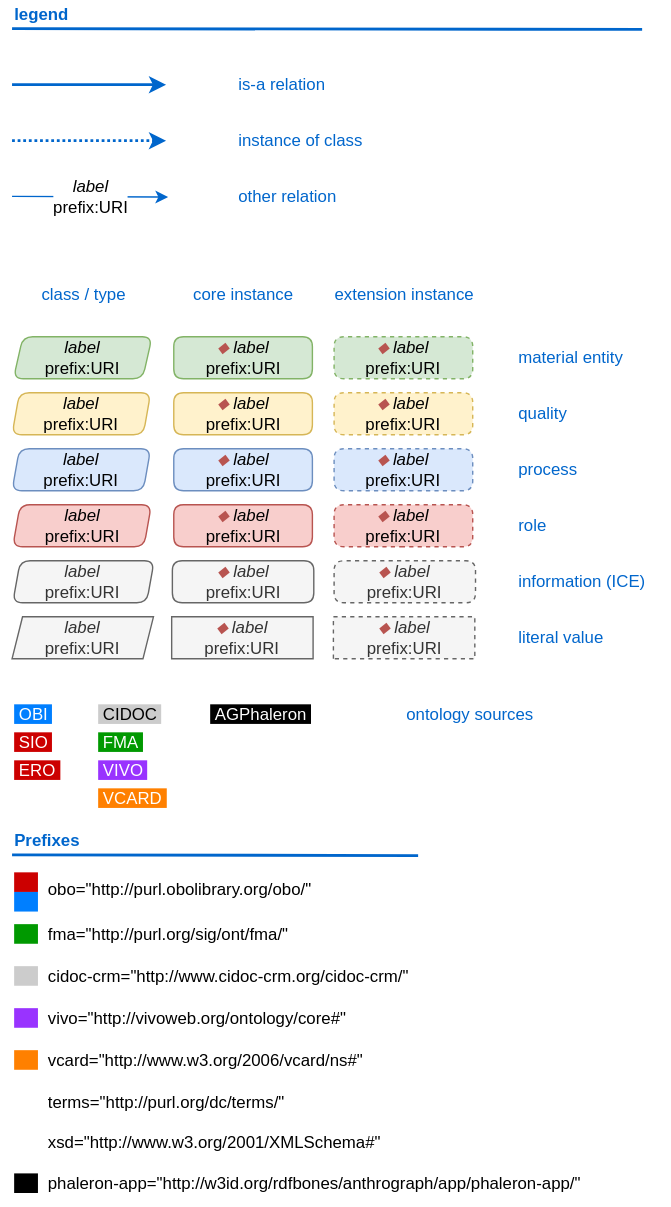
RDFBones/RDFBonesGraphics keeps this draw.io diagram as NetworkGraphics/NetworkGraphLegend.svg. Above is the earlier version. Source tidied: cells renumbered, new cells last; positions are measured from the earlier drawing's top-left corner, leaving out a move shared by most shapes.
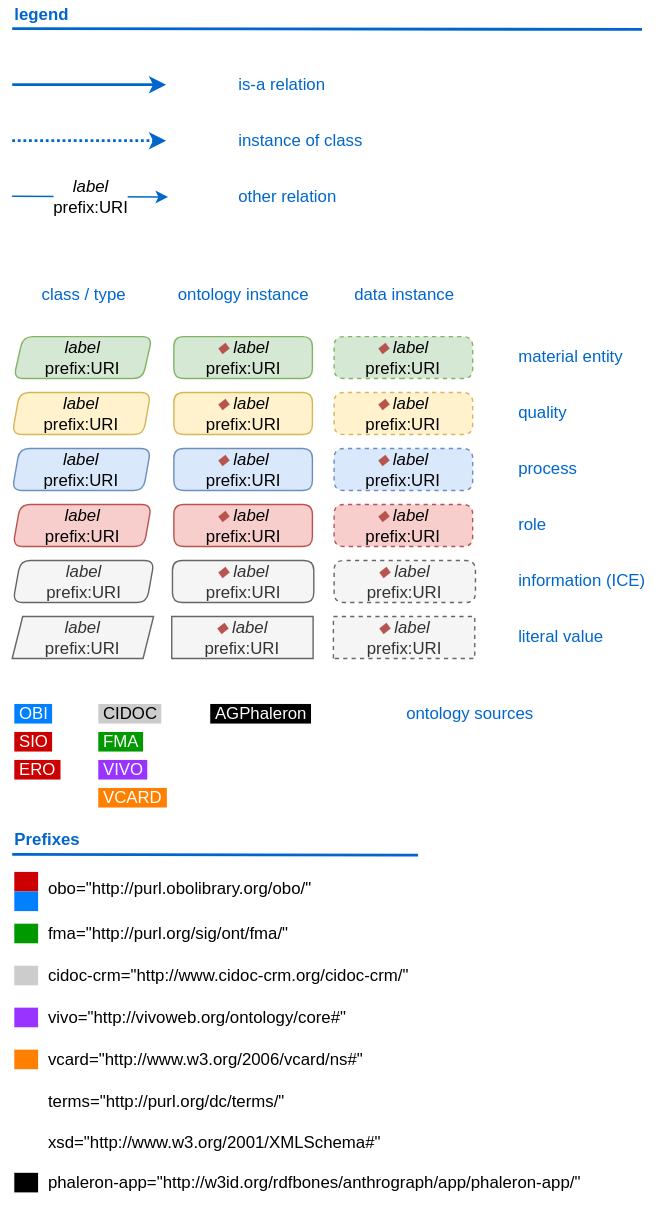
After the commit.

Commit message:
Changed description of instance items to clarify the distinction between instances provided by ontologies and instances created during data entry.

Diff of the diagram source:
```diff
@@ -93,11 +93,11 @@
     <mxCell id="28" value="&lt;div style=&quot;text-align: left&quot;&gt;&lt;span&gt;&lt;font color=&quot;#0066cc&quot;&gt;class / type&lt;/font&gt;&lt;/span&gt;&lt;/div&gt;" style="text;html=1;align=center;verticalAlign=top;spacingTop=-4;" parent="1" vertex="1">
       <mxGeometry x="11" y="200" width="80" height="20" as="geometry" />
     </mxCell>
-    <mxCell id="29" value="&lt;div style=&quot;text-align: left&quot;&gt;&lt;span&gt;&lt;font color=&quot;#0066cc&quot;&gt;core instance&lt;/font&gt;&lt;/span&gt;&lt;/div&gt;" style="text;html=1;align=center;verticalAlign=top;spacingTop=-4;" parent="1" vertex="1">
-      <mxGeometry x="120" y="200" width="90" height="20" as="geometry" />
+    <mxCell id="29" value="&lt;div style=&quot;text-align: left&quot;&gt;&lt;span&gt;&lt;font color=&quot;#0066cc&quot;&gt;ontology instance&lt;/font&gt;&lt;/span&gt;&lt;/div&gt;" style="text;html=1;align=center;verticalAlign=top;spacingTop=-4;" parent="1" vertex="1">
+      <mxGeometry x="110" y="200" width="110" height="20" as="geometry" />
     </mxCell>
-    <mxCell id="30" value="&lt;div style=&quot;text-align: left&quot;&gt;&lt;span&gt;&lt;font color=&quot;#0066cc&quot;&gt;extension instance&lt;/font&gt;&lt;/span&gt;&lt;/div&gt;" style="text;html=1;align=center;verticalAlign=top;spacingTop=-4;" parent="1" vertex="1">
-      <mxGeometry x="224.5" y="200" width="110" height="20" as="geometry" />
+    <mxCell id="30" value="&lt;div style=&quot;text-align: left&quot;&gt;&lt;span&gt;&lt;font color=&quot;#0066cc&quot;&gt;data instance&lt;/font&gt;&lt;/span&gt;&lt;/div&gt;" style="text;html=1;align=center;verticalAlign=top;spacingTop=-4;" parent="1" vertex="1">
+      <mxGeometry x="234.5" y="200" width="90" height="20" as="geometry" />
     </mxCell>
     <mxCell id="31" style="edgeStyle=none;rounded=0;html=1;jettySize=auto;orthogonalLoop=1;strokeColor=#0066CC;strokeWidth=2;fontSize=12;fontColor=#0066CC;dashed=1;dashPattern=1 1;" parent="1" edge="1">
       <mxGeometry x="-0.65" y="-4" relative="1" as="geometry">
```
